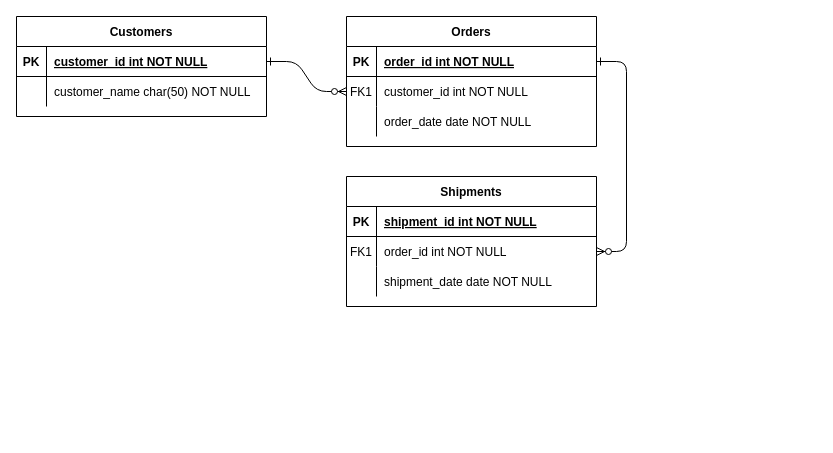
seunghoonkim1/Database keeps this draw.io diagram as peach_erp.drawio. Above is the earlier version. Source tidied: cells renumbered, new cells numbered last; positions are measured from the earlier drawing's top-left corner, leaving out a move shared by most shapes. Both pictures are drawn from the tidied source at 100%, with x=0, y=0 at pixel (16, 16).
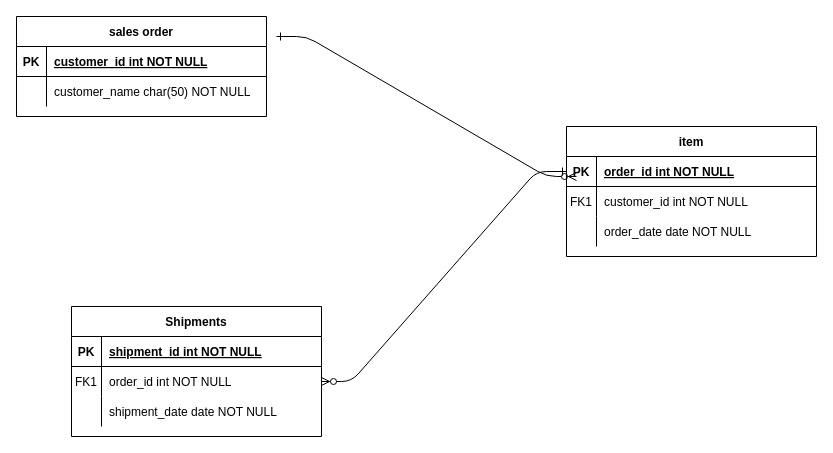
After the change.

Unchanged cells that the change refers to:
```xml
<mxCell id="8" style="shape=partialRectangle;fillColor=none;points=[[0,0.5],[1,0.5]];portConstraint=eastwest;top=0;left=0;right=0;bottom=0;" parent="4" vertex="1">
  <mxGeometry y="60" width="250" height="30" as="geometry" />
</mxCell>
<mxCell id="25" style="shape=partialRectangle;fillColor=none;points=[[0,0.5],[1,0.5]];portConstraint=eastwest;top=0;left=0;right=0;bottom=1;" parent="24" vertex="1">
  <mxGeometry y="30" width="250" height="30" as="geometry" />
</mxCell>
```

What changed in the source:
```diff
@@
-    <mxCell id="2" style="edgeStyle=entityRelationEdgeStyle;endArrow=ERzeroToMany;startArrow=ERone;endFill=1;startFill=0;" parent="1" edge="1" source="25" target="8">
-      <mxGeometry relative="1" as="geometry" />
+    <mxCell id="2" style="edgeStyle=entityRelationEdgeStyle;endArrow=ERzeroToMany;startArrow=ERone;endFill=1;startFill=0;" parent="1" edge="1">
+      <mxGeometry relative="1" as="geometry">
+        <mxPoint x="260" y="20" as="sourcePoint" />
+        <mxPoint x="560" y="160" as="targetPoint" />
+      </mxGeometry>
     </mxCell>
@@
-    <mxCell id="4" value="Orders" style="shape=table;startSize=30;childLayout=tableLayout;rowLines=0;fontStyle=1;align=center;" parent="1" vertex="1">
-      <mxGeometry x="330" width="250" height="130" as="geometry" />
+    <mxCell id="4" value="item" style="shape=table;startSize=30;childLayout=tableLayout;rowLines=0;fontStyle=1;align=center;" parent="1" vertex="1">
+      <mxGeometry x="550" y="110" width="250" height="130" as="geometry" />
     </mxCell>
@@
     <mxCell id="14" value="Shipments" style="shape=table;startSize=30;childLayout=tableLayout;rowLines=0;fontStyle=1;align=center;" parent="1" vertex="1">
-      <mxGeometry x="330" y="160" width="250" height="130" as="geometry" />
+      <mxGeometry x="55" y="290" width="250" height="130" as="geometry" />
     </mxCell>
@@
-    <mxCell id="24" value="Customers" style="shape=table;startSize=30;childLayout=tableLayout;rowLines=0;fontStyle=1;align=center;" parent="1" vertex="1">
+    <mxCell id="24" value="sales order" style="shape=table;startSize=30;childLayout=tableLayout;rowLines=0;fontStyle=1;align=center;" parent="1" vertex="1">
       <mxGeometry width="250" height="100" as="geometry" />
     </mxCell>
```
